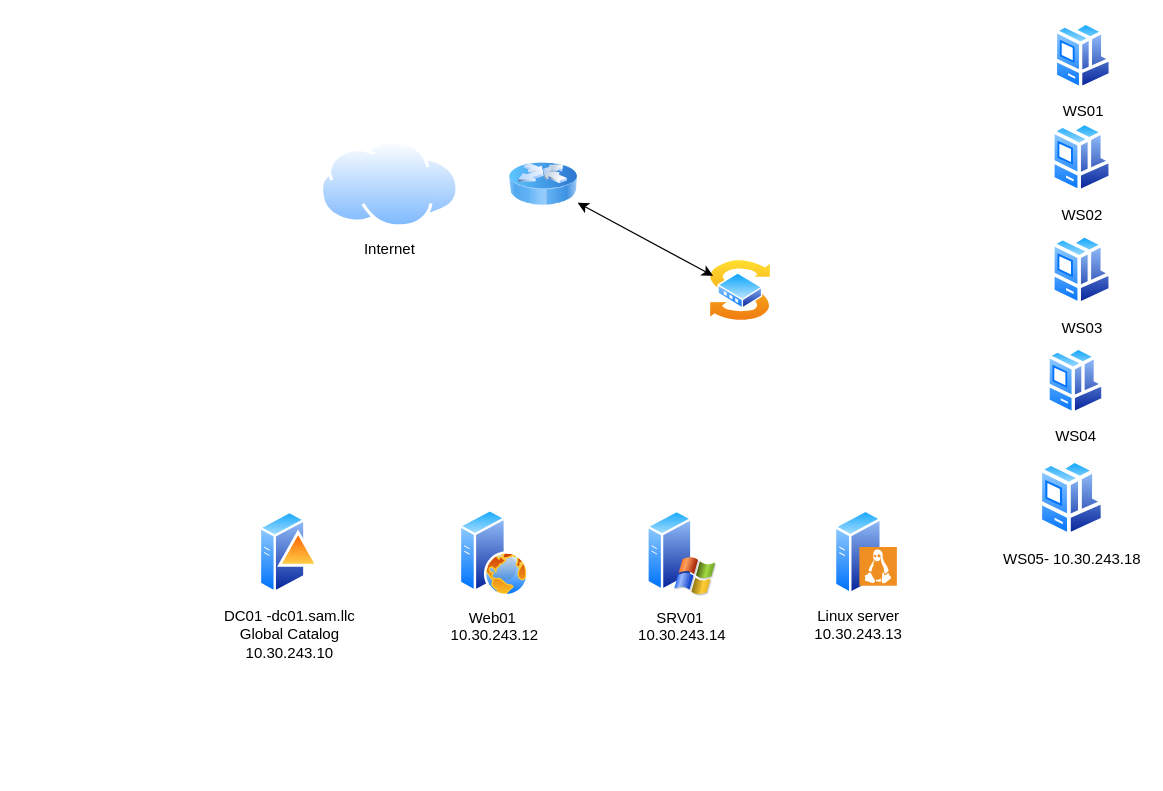
hgh7527/Network-Discovery-and-Topology-Mapping keeps this draw.io diagram as Untitled Diagram.drawio. Above is the earlier version. Source tidied: cells renumbered, new cells numbered last; positions are measured from the earlier drawing's top-left corner, leaving out a move shared by most shapes. Both pictures are drawn from the tidied source at 125%, with x=0, y=0 at pixel (259, 21).
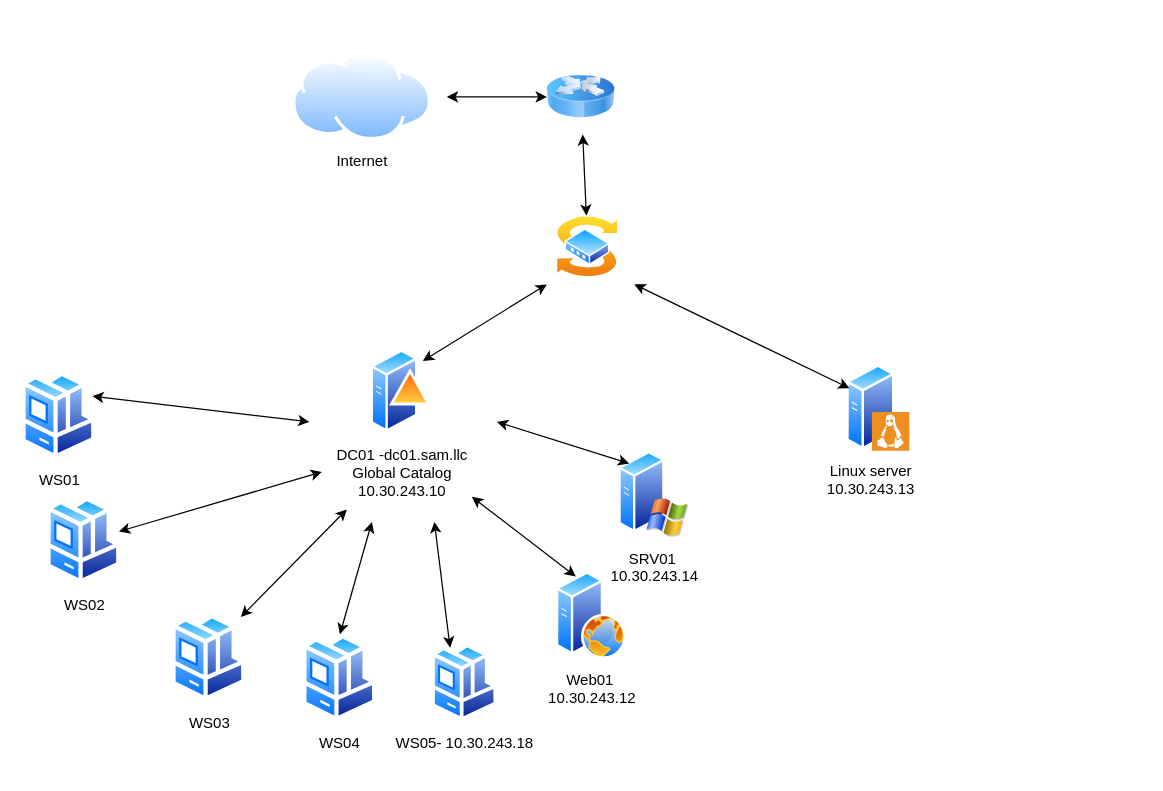
The same page after the edit.

What changed in the source:
```diff
@@
     <mxCell id="2" value="DC01 -dc01.sam.llc&lt;div&gt;Global Catalog&lt;/div&gt;&lt;div&gt;10.30.243.10&lt;/div&gt;" style="image;perimeter=ellipsePerimeter;html=1;align=center;shadow=0;dashed=0;spacingTop=3;image=img/lib/active_directory/domain_controller.svg;" parent="1" vertex="1">
-      <mxGeometry y="390" width="48.3" height="69" as="geometry" />
+      <mxGeometry x="89.5" y="261" width="48.3" height="69" as="geometry" />
     </mxCell>
     <mxCell id="3" value="&lt;div&gt;WS01&lt;/div&gt;&lt;div&gt;&lt;br&gt;&lt;/div&gt;" style="image;perimeter=ellipsePerimeter;html=1;align=center;shadow=0;dashed=0;spacingTop=3;image=img/lib/active_directory/workstation_client.svg;" parent="1" vertex="1">
-      <mxGeometry x="635.9" width="46.8" height="55" as="geometry" />
+      <mxGeometry x="-190" y="280" width="59.5" height="70" as="geometry" />
     </mxCell>
     <mxCell id="4" value="WS04" style="image;perimeter=ellipsePerimeter;html=1;align=center;shadow=0;dashed=0;spacingTop=3;image=img/lib/active_directory/workstation_client.svg;" parent="1" vertex="1">
-      <mxGeometry x="630" y="260" width="46.8" height="55" as="geometry" />
+      <mxGeometry x="34.7" y="490" width="59.5" height="70" as="geometry" />
     </mxCell>
     <mxCell id="5" value="WS03" style="image;perimeter=ellipsePerimeter;html=1;align=center;shadow=0;dashed=0;spacingTop=3;image=img/lib/active_directory/workstation_client.svg;" parent="1" vertex="1">
-      <mxGeometry x="633.8" y="170" width="48.9" height="57.5" as="geometry" />
+      <mxGeometry x="-70" y="473.8" width="59.5" height="70" as="geometry" />
     </mxCell>
     <mxCell id="6" value="WS02" style="image;perimeter=ellipsePerimeter;html=1;align=center;shadow=0;dashed=0;spacingTop=3;image=img/lib/active_directory/workstation_client.svg;" parent="1" vertex="1">
-      <mxGeometry x="633.8" y="80" width="48.9" height="57.5" as="geometry" />
+      <mxGeometry x="-170" y="380" width="59.5" height="70" as="geometry" />
     </mxCell>
     <mxCell id="7" value="WS05- 10.30.243.18&lt;div&gt;&lt;br&gt;&lt;/div&gt;" style="image;perimeter=ellipsePerimeter;html=1;align=center;shadow=0;dashed=0;spacingTop=3;image=img/lib/active_directory/workstation_client.svg;" parent="1" vertex="1">
-      <mxGeometry x="623.6" y="350" width="53.1" height="62.5" as="geometry" />
+      <mxGeometry x="137.8" y="497.5" width="53.1" height="62.5" as="geometry" />
     </mxCell>
     <mxCell id="8" value="Web01&amp;nbsp;&lt;div&gt;10.30.243.12&lt;div&gt;&lt;br&gt;&lt;/div&gt;&lt;/div&gt;" style="image;perimeter=ellipsePerimeter;html=1;align=center;shadow=0;dashed=0;spacingTop=3;image=img/lib/active_directory/web_server.svg;" parent="1" vertex="1">
-      <mxGeometry x="160" y="390" width="56" height="70" as="geometry" />
+      <mxGeometry x="237.7" y="440" width="56" height="70" as="geometry" />
     </mxCell>
     <mxCell id="9" value="&lt;div&gt;SRV01&amp;nbsp;&lt;/div&gt;&lt;div&gt;10.30.243.14&lt;/div&gt;&lt;div&gt;&lt;br&gt;&lt;/div&gt;" style="image;perimeter=ellipsePerimeter;html=1;align=center;shadow=0;dashed=0;spacingTop=3;image=img/lib/active_directory/windows_server_2.svg;" parent="1" vertex="1">
-      <mxGeometry x="310" y="390" width="56" height="70" as="geometry" />
+      <mxGeometry x="287.7" y="343" width="56" height="70" as="geometry" />
     </mxCell>
     <mxCell id="10" style="image;html=1;image=img/lib/clip_art/networking/Router_Icon_128x128.png;" parent="1" vertex="1">
-      <mxGeometry x="200" y="100" width="54.6" height="60" as="geometry" />
+      <mxGeometry x="230" y="30" width="54.6" height="60" as="geometry" />
     </mxCell>
     <mxCell id="11" style="image;perimeter=ellipsePerimeter;html=1;align=center;shadow=0;dashed=0;spacingTop=3;image=img/lib/active_directory/switch.svg;" parent="1" vertex="1">
-      <mxGeometry x="360" y="190" width="50" height="50" as="geometry" />
+      <mxGeometry x="237.7" y="155" width="50" height="50" as="geometry" />
     </mxCell>
@@
     <mxCell id="13" value="Linux server&lt;div&gt;10.30.243.13&lt;/div&gt;" style="image;perimeter=ellipsePerimeter;html=1;align=center;shadow=0;dashed=0;spacingTop=3;image=img/lib/active_directory/generic_server.svg;" parent="1" vertex="1">
-      <mxGeometry x="460" y="390" width="38.6" height="69" as="geometry" />
+      <mxGeometry x="470" y="274" width="38.6" height="69" as="geometry" />
     </mxCell>
     <mxCell id="14" style="shadow=0;dashed=0;html=1;strokeColor=none;fillColor=#EF8F21;labelPosition=center;verticalLabelPosition=bottom;verticalAlign=top;align=center;shape=mxgraph.veeam.linux;" parent="1" vertex="1">
-      <mxGeometry x="480" y="420" width="30" height="31" as="geometry" />
+      <mxGeometry x="490" y="312" width="30" height="31" as="geometry" />
     </mxCell>
     <mxCell id="15" value="Internet" style="image;perimeter=ellipsePerimeter;html=1;align=center;shadow=0;dashed=0;spacingTop=3;image=img/lib/active_directory/internet_cloud.svg;" parent="1" vertex="1">
-      <mxGeometry x="48.9" y="95" width="111.1" height="70" as="geometry" />
+      <mxGeometry x="26.7" y="25" width="111.1" height="70" as="geometry" />
     </mxCell>
+    <mxCell id="16" style="endArrow=classic;startArrow=classic;html=1;rounded=0;exitX=1;exitY=0.25;exitDx=0;exitDy=0;" parent="1" edge="1" source="3">
+      <mxGeometry relative="1" as="geometry">
+        <mxPoint x="40" y="320" as="targetPoint" />
+      </mxGeometry>
+    </mxCell>
+    <mxCell id="17" style="endArrow=classic;startArrow=classic;html=1;rounded=0;exitX=0.969;exitY=0.396;exitDx=0;exitDy=0;exitPerimeter=0;" parent="1" edge="1" source="6">
+      <mxGeometry relative="1" as="geometry">
+        <mxPoint x="50" y="360" as="targetPoint" />
+      </mxGeometry>
+    </mxCell>
+    <mxCell id="18" style="endArrow=classic;startArrow=classic;html=1;rounded=0;exitX=0.25;exitY=0;exitDx=0;exitDy=0;" parent="1" edge="1" source="7">
+      <mxGeometry relative="1" as="geometry">
+        <mxPoint x="140" y="400" as="targetPoint" />
+      </mxGeometry>
+    </mxCell>
+    <mxCell id="19" style="endArrow=classic;startArrow=classic;html=1;rounded=0;exitX=0.5;exitY=0;exitDx=0;exitDy=0;" parent="1" edge="1" source="4">
+      <mxGeometry relative="1" as="geometry">
+        <mxPoint x="90" y="400" as="targetPoint" />
+      </mxGeometry>
+    </mxCell>
+    <mxCell id="20" style="endArrow=classic;startArrow=classic;html=1;rounded=0;exitX=0.927;exitY=0.033;exitDx=0;exitDy=0;exitPerimeter=0;" parent="1" edge="1" source="5">
+      <mxGeometry relative="1" as="geometry">
+        <mxPoint x="70" y="390" as="targetPoint" />
+      </mxGeometry>
+    </mxCell>
+    <mxCell id="21" style="endArrow=classic;startArrow=classic;html=1;rounded=0;exitX=1;exitY=0;exitDx=0;exitDy=0;" parent="1" edge="1" source="2">
+      <mxGeometry relative="1" as="geometry">
+        <mxPoint x="230" y="210" as="targetPoint" />
+      </mxGeometry>
+    </mxCell>
+    <mxCell id="22" style="endArrow=classic;startArrow=classic;html=1;rounded=0;exitX=0.25;exitY=0;exitDx=0;exitDy=0;" parent="1" edge="1" source="8">
+      <mxGeometry relative="1" as="geometry">
+        <mxPoint x="170" y="380" as="targetPoint" />
+      </mxGeometry>
+    </mxCell>
+    <mxCell id="23" style="endArrow=classic;startArrow=classic;html=1;rounded=0;exitX=0;exitY=0;exitDx=0;exitDy=0;" parent="1" edge="1" source="9">
+      <mxGeometry relative="1" as="geometry">
+        <mxPoint x="190" y="320" as="targetPoint" />
+      </mxGeometry>
+    </mxCell>
+    <mxCell id="24" style="endArrow=classic;startArrow=classic;html=1;rounded=0;exitX=0;exitY=0.25;exitDx=0;exitDy=0;" parent="1" edge="1" source="13">
+      <mxGeometry relative="1" as="geometry">
+        <mxPoint x="300" y="210" as="targetPoint" />
+      </mxGeometry>
+    </mxCell>
+    <mxCell id="25" style="endArrow=classic;startArrow=classic;html=1;rounded=0;entryX=0;entryY=0.5;entryDx=0;entryDy=0;" parent="1" edge="1" target="10">
+      <mxGeometry relative="1" as="geometry">
+        <mxPoint x="150" y="60" as="sourcePoint" />
+      </mxGeometry>
+    </mxCell>
```
